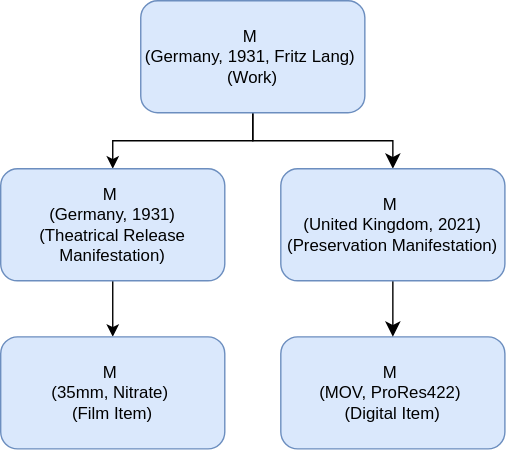
Before: markdown/diagrams/pres_02.drawio.svg, a diagram exported from draw.io (FIAF/fiaf-cataloguing-manual). Source tidied: cells renumbered, new cells last; positions are measured from the earlier drawing's top-left corner, leaving out a move shared by most shapes. Source of this version:
```xml
<mxGraphModel>
  <root>
    <mxCell id="0" />
    <mxCell id="1" parent="0" />
    <mxCell id="2" style="edgeStyle=orthogonalEdgeStyle;rounded=0;jettySize=auto;html=1;exitX=0.5;exitY=1;exitDx=0;exitDy=0;entryX=0.5;entryY=0;entryDx=0;entryDy=0;" parent="1" edge="1" source="4" target="6">
      <mxGeometry relative="1" as="geometry" />
    </mxCell>
    <mxCell id="3" style="edgeStyle=orthogonalEdgeStyle;rounded=0;jettySize=auto;html=1;exitX=0.5;exitY=1;exitDx=0;exitDy=0;entryX=0.5;entryY=0;entryDx=0;entryDy=0;fontSize=12;startSize=8;endSize=8;" parent="1" edge="1" source="4" target="10">
      <mxGeometry relative="1" as="geometry" />
    </mxCell>
    <mxCell id="4" value="&lt;div&gt;M&amp;nbsp;&lt;/div&gt;&lt;div&gt;(Germany, 1931, Fritz Lang)&amp;nbsp;&lt;/div&gt;&lt;div&gt;(Work)&lt;/div&gt;" style="rounded=1;whiteSpace=wrap;html=1;fillColor=#dae8fc;strokeColor=#6c8ebf;" parent="1" vertex="1">
      <mxGeometry x="100" width="160" height="80" as="geometry" />
    </mxCell>
    <mxCell id="5" style="edgeStyle=orthogonalEdgeStyle;rounded=0;jettySize=auto;html=1;exitX=0.5;exitY=1;exitDx=0;exitDy=0;entryX=0.5;entryY=0;entryDx=0;entryDy=0;" parent="1" edge="1" source="6" target="7">
      <mxGeometry relative="1" as="geometry" />
    </mxCell>
    <mxCell id="6" value="&lt;div&gt;M&amp;nbsp;&lt;/div&gt;&lt;div&gt;(Germany, 1931)&lt;/div&gt;&lt;div&gt;(Theatrical Release Manifestation)&lt;/div&gt;" style="rounded=1;whiteSpace=wrap;html=1;fillColor=#dae8fc;strokeColor=#6c8ebf;" parent="1" vertex="1">
      <mxGeometry y="120" width="160" height="80" as="geometry" />
    </mxCell>
    <mxCell id="7" value="&lt;div&gt;M&amp;nbsp;&lt;/div&gt;&lt;div&gt;(35mm, Nitrate)&amp;nbsp;&lt;/div&gt;&lt;div&gt;(Film Item)&lt;/div&gt;" style="rounded=1;whiteSpace=wrap;html=1;fillColor=#dae8fc;strokeColor=#6c8ebf;" parent="1" vertex="1">
      <mxGeometry y="240" width="160" height="80" as="geometry" />
    </mxCell>
    <mxCell id="8" value="&lt;div&gt;M&amp;nbsp;&lt;/div&gt;&lt;div&gt;(MOV, ProRes422)&amp;nbsp;&lt;/div&gt;&lt;div&gt;(Digital Item)&lt;/div&gt;" style="rounded=1;whiteSpace=wrap;html=1;fillColor=#dae8fc;strokeColor=#6c8ebf;" parent="1" vertex="1">
      <mxGeometry x="200" y="240" width="160" height="80" as="geometry" />
    </mxCell>
    <mxCell id="9" style="edgeStyle=none;curved=1;rounded=0;jettySize=auto;html=1;exitX=0.5;exitY=1;exitDx=0;exitDy=0;entryX=0.5;entryY=0;entryDx=0;entryDy=0;fontSize=12;startSize=8;endSize=8;" parent="1" edge="1" source="10" target="8">
      <mxGeometry relative="1" as="geometry" />
    </mxCell>
    <mxCell id="10" value="&lt;div&gt;M&amp;nbsp;&lt;/div&gt;&lt;div&gt;(United Kingdom, 2021)&lt;/div&gt;&lt;div&gt;(Preservation Manifestation)&lt;/div&gt;" style="rounded=1;whiteSpace=wrap;html=1;fillColor=#dae8fc;strokeColor=#6c8ebf;" parent="1" vertex="1">
      <mxGeometry x="200" y="120" width="160" height="80" as="geometry" />
    </mxCell>
  </root>
</mxGraphModel>
```
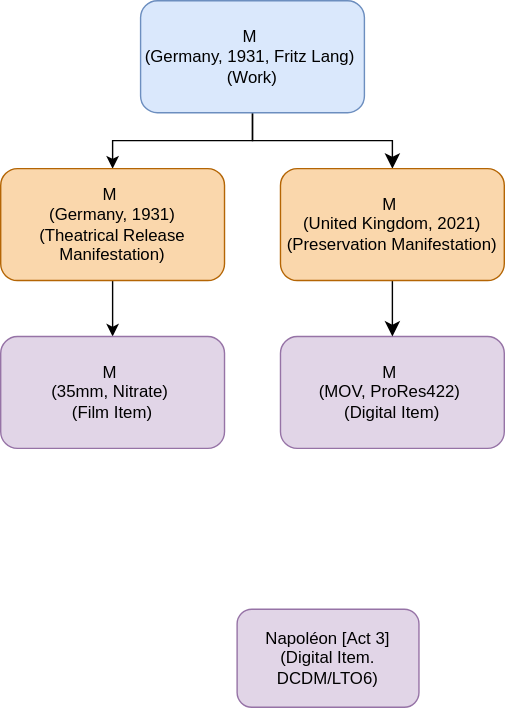
Later version of the same file.

Diff of the diagram source:
```diff
@@ -2,6 +2,9 @@
   <root>
     <mxCell id="0" />
     <mxCell id="1" parent="0" />
+    <mxCell id="11" value="Napoléon [Act 3] (Digital Item. DCDM/LTO6)" style="rounded=1;whiteSpace=wrap;html=1;fillColor=#e1d5e7;strokeColor=#9673a6;" parent="1" vertex="1">
+      <mxGeometry x="169" y="435" width="130" height="70" as="geometry" />
+    </mxCell>
     <mxCell id="2" style="edgeStyle=orthogonalEdgeStyle;rounded=0;jettySize=auto;html=1;exitX=0.5;exitY=1;exitDx=0;exitDy=0;entryX=0.5;entryY=0;entryDx=0;entryDy=0;" parent="1" edge="1" source="4" target="6">
       <mxGeometry relative="1" as="geometry" />
     </mxCell>
@@ -14,19 +17,19 @@
     <mxCell id="5" style="edgeStyle=orthogonalEdgeStyle;rounded=0;jettySize=auto;html=1;exitX=0.5;exitY=1;exitDx=0;exitDy=0;entryX=0.5;entryY=0;entryDx=0;entryDy=0;" parent="1" edge="1" source="6" target="7">
       <mxGeometry relative="1" as="geometry" />
     </mxCell>
-    <mxCell id="6" value="&lt;div&gt;M&amp;nbsp;&lt;/div&gt;&lt;div&gt;(Germany, 1931)&lt;/div&gt;&lt;div&gt;(Theatrical Release Manifestation)&lt;/div&gt;" style="rounded=1;whiteSpace=wrap;html=1;fillColor=#dae8fc;strokeColor=#6c8ebf;" parent="1" vertex="1">
+    <mxCell id="6" value="&lt;div&gt;M&amp;nbsp;&lt;/div&gt;&lt;div&gt;(Germany, 1931)&lt;/div&gt;&lt;div&gt;(Theatrical Release Manifestation)&lt;/div&gt;" style="rounded=1;whiteSpace=wrap;html=1;fillColor=#fad7ac;strokeColor=#b46504;" parent="1" vertex="1">
       <mxGeometry y="120" width="160" height="80" as="geometry" />
     </mxCell>
-    <mxCell id="7" value="&lt;div&gt;M&amp;nbsp;&lt;/div&gt;&lt;div&gt;(35mm, Nitrate)&amp;nbsp;&lt;/div&gt;&lt;div&gt;(Film Item)&lt;/div&gt;" style="rounded=1;whiteSpace=wrap;html=1;fillColor=#dae8fc;strokeColor=#6c8ebf;" parent="1" vertex="1">
+    <mxCell id="7" value="&lt;div&gt;M&amp;nbsp;&lt;/div&gt;&lt;div&gt;(35mm, Nitrate)&amp;nbsp;&lt;/div&gt;&lt;div&gt;(Film Item)&lt;/div&gt;" style="rounded=1;whiteSpace=wrap;html=1;fillColor=#e1d5e7;strokeColor=#9673a6;" parent="1" vertex="1">
       <mxGeometry y="240" width="160" height="80" as="geometry" />
     </mxCell>
-    <mxCell id="8" value="&lt;div&gt;M&amp;nbsp;&lt;/div&gt;&lt;div&gt;(MOV, ProRes422)&amp;nbsp;&lt;/div&gt;&lt;div&gt;(Digital Item)&lt;/div&gt;" style="rounded=1;whiteSpace=wrap;html=1;fillColor=#dae8fc;strokeColor=#6c8ebf;" parent="1" vertex="1">
+    <mxCell id="8" value="&lt;div&gt;M&amp;nbsp;&lt;/div&gt;&lt;div&gt;(MOV, ProRes422)&amp;nbsp;&lt;/div&gt;&lt;div&gt;(Digital Item)&lt;/div&gt;" style="rounded=1;whiteSpace=wrap;html=1;fillColor=#e1d5e7;strokeColor=#9673a6;" parent="1" vertex="1">
       <mxGeometry x="200" y="240" width="160" height="80" as="geometry" />
     </mxCell>
     <mxCell id="9" style="edgeStyle=none;curved=1;rounded=0;jettySize=auto;html=1;exitX=0.5;exitY=1;exitDx=0;exitDy=0;entryX=0.5;entryY=0;entryDx=0;entryDy=0;fontSize=12;startSize=8;endSize=8;" parent="1" edge="1" source="10" target="8">
       <mxGeometry relative="1" as="geometry" />
     </mxCell>
-    <mxCell id="10" value="&lt;div&gt;M&amp;nbsp;&lt;/div&gt;&lt;div&gt;(United Kingdom, 2021)&lt;/div&gt;&lt;div&gt;(Preservation Manifestation)&lt;/div&gt;" style="rounded=1;whiteSpace=wrap;html=1;fillColor=#dae8fc;strokeColor=#6c8ebf;" parent="1" vertex="1">
+    <mxCell id="10" value="&lt;div&gt;M&amp;nbsp;&lt;/div&gt;&lt;div&gt;(United Kingdom, 2021)&lt;/div&gt;&lt;div&gt;(Preservation Manifestation)&lt;/div&gt;" style="rounded=1;whiteSpace=wrap;html=1;fillColor=#fad7ac;strokeColor=#b46504;" parent="1" vertex="1">
       <mxGeometry x="200" y="120" width="160" height="80" as="geometry" />
     </mxCell>
   </root>
```
